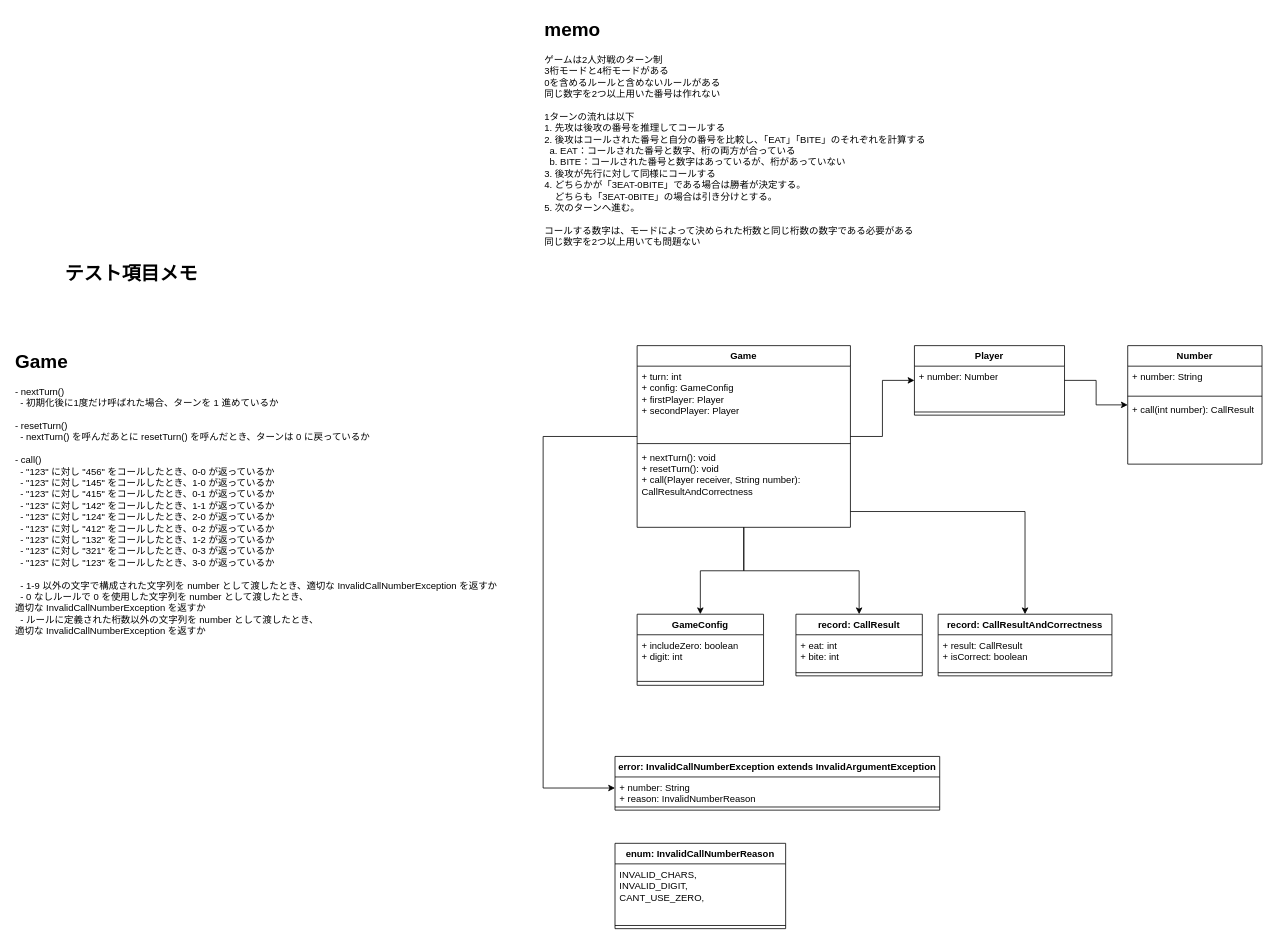
Earlier version of the draw.io diagram docs/memos/設計考察.drawio (ulxsth/java-numer0n). Source tidied: cells renumbered, new cells numbered last; positions are measured from the earlier drawing's top-left corner, leaving out a move shared by most shapes. Both pictures are drawn from the tidied source at 79%, with x=0, y=0 at pixel (13, 13).
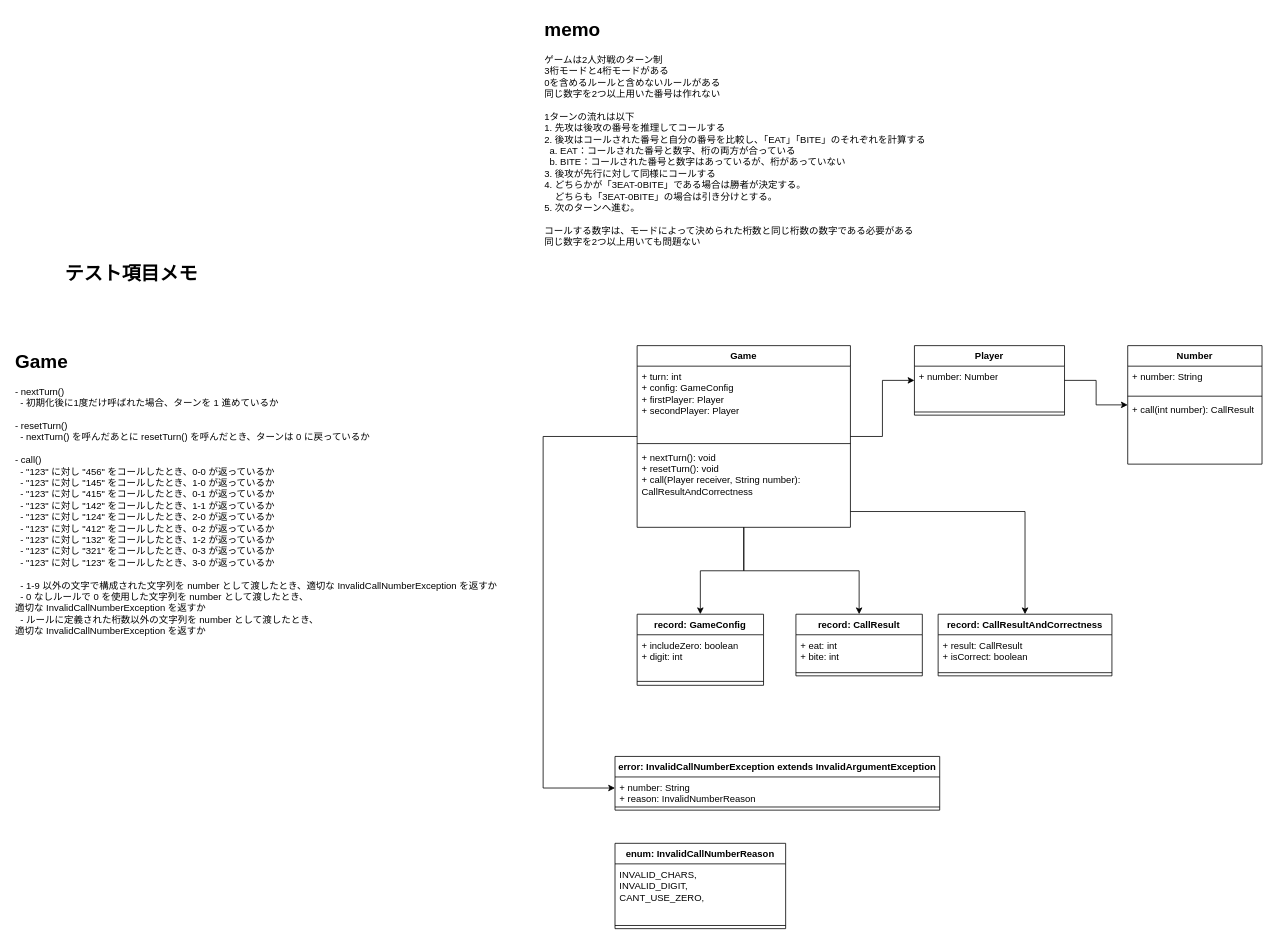
Above is the later version.

Change to the diagram source:
```diff
@@
-    <mxCell id="20" value="GameConfig" style="swimlane;fontStyle=1;align=center;verticalAlign=top;horizontal=1;startSize=26;whiteSpace=wrap;html=1;" parent="1" vertex="1">
+    <mxCell id="20" value="record: GameConfig" style="swimlane;fontStyle=1;align=center;verticalAlign=top;horizontal=1;startSize=26;whiteSpace=wrap;html=1;" parent="1" vertex="1">
       <mxGeometry x="789" y="760" width="160" height="90" as="geometry" />
     </mxCell>
```
